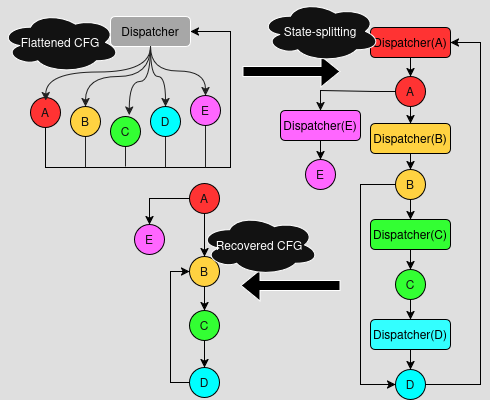
klemmm/auspex keeps this draw.io diagram as doc/schema.png. Above is the earlier version. Source tidied: cells renumbered, new cells last; positions are measured from the earlier drawing's top-left corner, leaving out a move shared by most shapes.
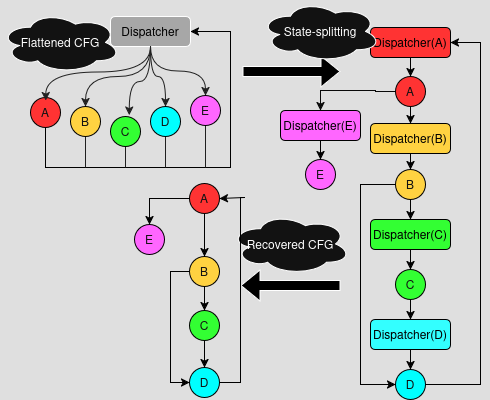
The same file after the commit.

Change to the diagram source:
```diff
@@ -173,7 +173,7 @@
     <mxCell id="48" value="E" style="ellipse;whiteSpace=wrap;html=1;bgcolor=red;fillColor=light-dark(#60A917,#FF66FF);fontColor=#ffffff;strokeColor=light-dark(#2D7600,#000000);fillStyle=solid;" parent="1" vertex="1">
       <mxGeometry x="134" y="223" width="30" height="30" as="geometry" />
     </mxCell>
-    <mxCell id="49" style="edgeStyle=orthogonalEdgeStyle;rounded=0;jettySize=auto;html=1;entryX=0;entryY=0.5;entryDx=0;entryDy=0;strokeColor=light-dark(#000000,#000000);" parent="1" edge="1" source="50" target="45">
+    <mxCell id="49" style="edgeStyle=orthogonalEdgeStyle;rounded=0;jettySize=auto;html=1;entryX=0;entryY=0.5;entryDx=0;entryDy=0;strokeColor=light-dark(#000000,#000000);startArrow=classic;startFill=1;endArrow=none;" parent="1" edge="1" source="50" target="45">
       <mxGeometry relative="1" as="geometry">
         <Array as="points">
           <mxPoint x="170" y="381" />
@@ -191,7 +191,17 @@
       <mxGeometry x="260" y="-0.5" width="120" height="61" as="geometry" />
     </mxCell>
     <mxCell id="53" value="Recovered CFG" style="ellipse;shape=cloud;whiteSpace=wrap;html=1;" parent="1" vertex="1">
-      <mxGeometry x="199" y="213" width="120" height="61" as="geometry" />
+      <mxGeometry x="230" y="212" width="120" height="61" as="geometry" />
     </mxCell>
+    <mxCell id="54" style="edgeStyle=orthogonalEdgeStyle;rounded=0;jettySize=auto;html=1;entryX=1;entryY=0.5;entryDx=0;entryDy=0;exitX=1;exitY=0.5;exitDx=0;exitDy=0;strokeColor=light-dark(#000000,#000000);" parent="1" edge="1" target="42">
+      <mxGeometry relative="1" as="geometry">
+        <mxPoint x="219" y="381" as="sourcePoint" />
+        <Array as="points">
+          <mxPoint x="240" y="381" />
+          <mxPoint x="240" y="196" />
+          <mxPoint x="244" y="196" />
+        </Array>
+      </mxGeometry>
+    </mxCell>
   </root>
 </mxGraphModel>
```
